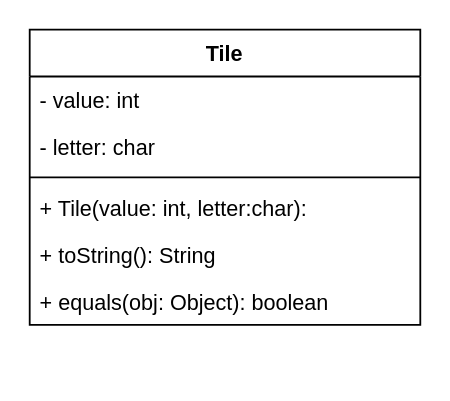
michaelah19/UMLDiagrams keeps this draw.io diagram as page "Tiles" (2 of 2) of ENSF592.drawio. Above is the earlier version. Source tidied: cells renumbered, new cells numbered last; positions are measured from the earlier drawing's top-left corner, leaving out a move shared by most shapes. Both pictures are drawn from the tidied source at 180%, with x=0, y=0 at pixel (29, 29).
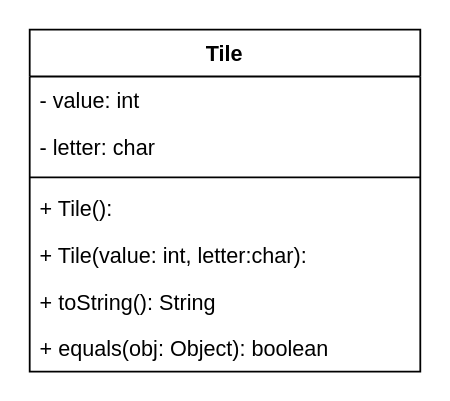
The same page after the edit.

Change to the diagram source:
```diff
@@
 <mxGraphModel>
   <root>
     <mxCell id="0" />
     <mxCell id="1" parent="0" />
     <mxCell id="2" value="Tile" style="swimlane;fontStyle=1;align=center;verticalAlign=top;horizontal=1;startSize=26;" parent="1" vertex="1">
-      <mxGeometry width="217" height="164" as="geometry" />
+      <mxGeometry width="217" height="190" as="geometry" />
     </mxCell>
     <mxCell id="3" value="- value: int" style="text;strokeColor=none;fillColor=none;align=left;verticalAlign=top;spacingLeft=4;spacingRight=4;overflow=hidden;" parent="2" vertex="1">
       <mxGeometry y="26" width="217" height="26" as="geometry" />
     </mxCell>
     <mxCell id="4" value="- letter: char" style="text;strokeColor=none;fillColor=none;align=left;verticalAlign=top;spacingLeft=4;spacingRight=4;overflow=hidden;" parent="2" vertex="1">
       <mxGeometry y="52" width="217" height="26" as="geometry" />
     </mxCell>
     <mxCell id="5" style="line;strokeWidth=1;fillColor=none;align=left;verticalAlign=middle;spacingTop=-1;spacingLeft=3;spacingRight=3;labelPosition=right;" parent="2" vertex="1">
       <mxGeometry y="78" width="217" height="8" as="geometry" />
     </mxCell>
+    <mxCell id="9" value="+ Tile():" style="text;strokeColor=none;fillColor=none;align=left;verticalAlign=top;spacingLeft=4;spacingRight=4;overflow=hidden;" parent="2" vertex="1">
+      <mxGeometry y="86" width="217" height="26" as="geometry" />
+    </mxCell>
     <mxCell id="6" value="+ Tile(value: int, letter:char):" style="text;strokeColor=none;fillColor=none;align=left;verticalAlign=top;spacingLeft=4;spacingRight=4;overflow=hidden;" parent="2" vertex="1">
-      <mxGeometry y="86" width="217" height="26" as="geometry" />
+      <mxGeometry y="112" width="217" height="26" as="geometry" />
     </mxCell>
     <mxCell id="7" value="+ toString(): String" style="text;strokeColor=none;fillColor=none;align=left;verticalAlign=top;spacingLeft=4;spacingRight=4;overflow=hidden;" parent="2" vertex="1">
-      <mxGeometry y="112" width="217" height="26" as="geometry" />
+      <mxGeometry y="138" width="217" height="26" as="geometry" />
     </mxCell>
     <mxCell id="8" value="+ equals(obj: Object): boolean" style="text;strokeColor=none;fillColor=none;align=left;verticalAlign=top;spacingLeft=4;spacingRight=4;overflow=hidden;" parent="2" vertex="1">
-      <mxGeometry y="138" width="217" height="26" as="geometry" />
+      <mxGeometry y="164" width="217" height="26" as="geometry" />
     </mxCell>
   </root>
 </mxGraphModel>
```
